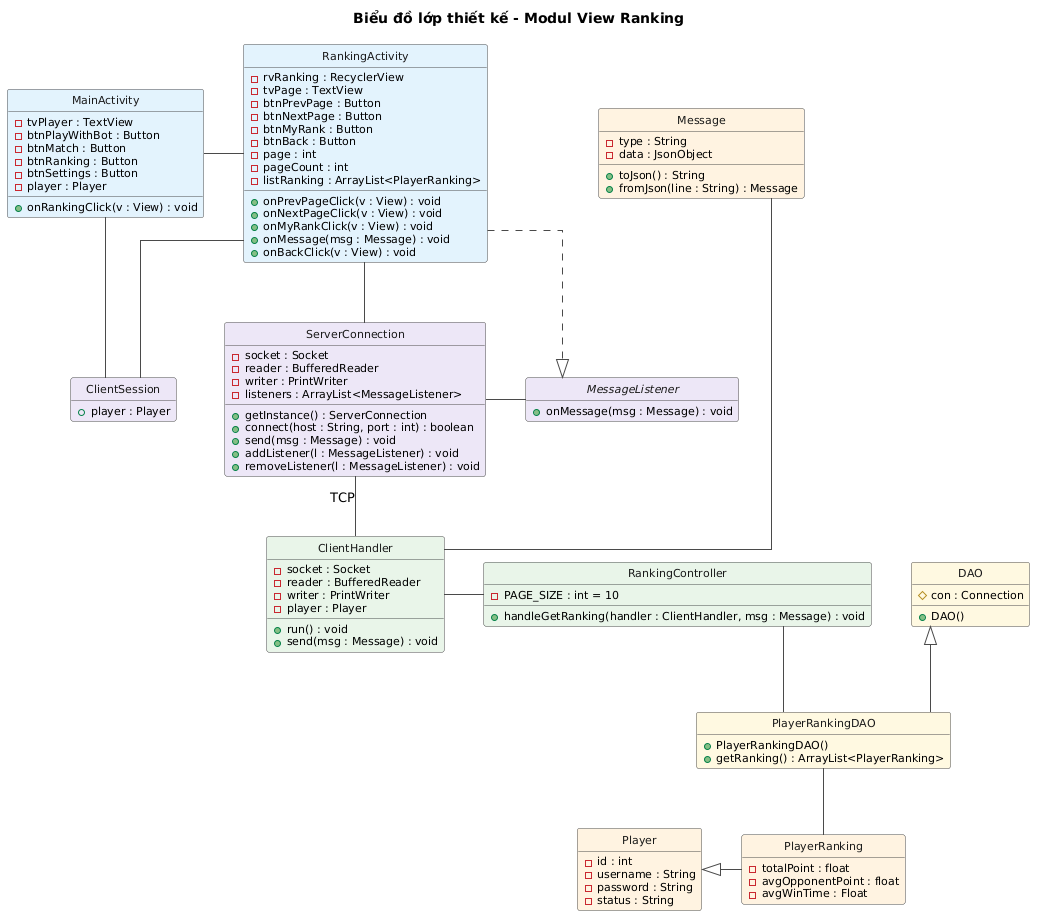
Before: docs/uml/pha3/class-design-m2.png, a diagram exported from PlantUML (VattenL/mobile-pikachu).
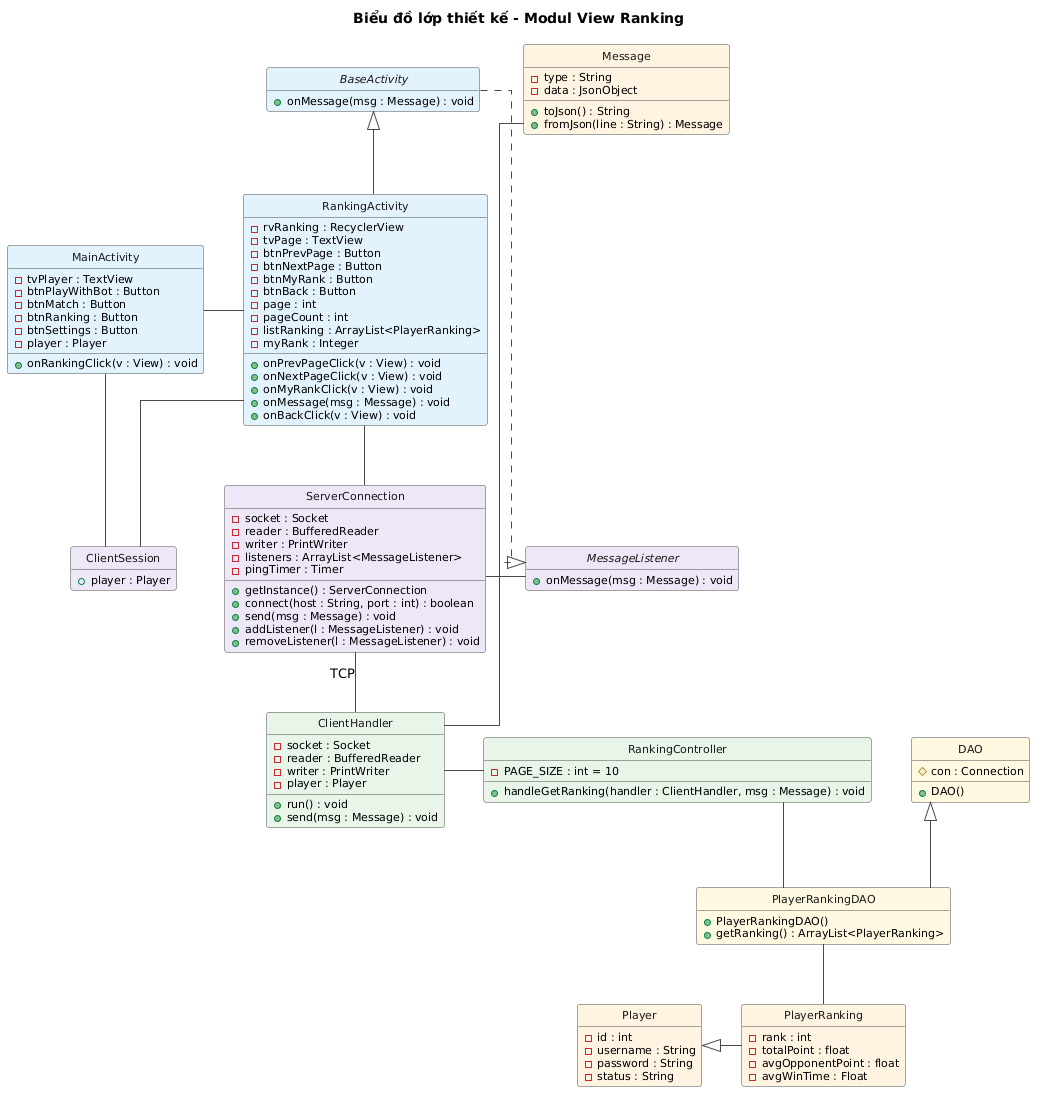
The same file after the commit.

What changed in the source:
```diff
@@ -25,6 +25,10 @@
   + onRankingClick(v : View) : void
 }
 
+abstract class BaseActivity #E3F2FD {
+  + onMessage(msg : Message) : void
+}
+
 class RankingActivity #E3F2FD {
   - rvRanking : RecyclerView
   - tvPage : TextView
@@ -35,6 +39,7 @@
   - page : int
   - pageCount : int
   - listRanking : ArrayList<PlayerRanking>
+  - myRank : Integer
   + onPrevPageClick(v : View) : void
   + onNextPageClick(v : View) : void
   + onMyRankClick(v : View) : void
@@ -47,6 +52,7 @@
   - reader : BufferedReader
   - writer : PrintWriter
   - listeners : ArrayList<MessageListener>
+  - pingTimer : Timer
   + getInstance() : ServerConnection
   + connect(host : String, port : int) : boolean
   + send(msg : Message) : void
@@ -101,13 +107,15 @@
 }
 
 class PlayerRanking #FFF3E0 {
+  - rank : int
   - totalPoint : float
   - avgOpponentPoint : float
   - avgWinTime : Float
 }
 
 MainActivity -right- RankingActivity
-RankingActivity ..|> MessageListener
+RankingActivity -up-|> BaseActivity
+BaseActivity ..|> MessageListener
 
 RankingActivity -down- ServerConnection
 MainActivity -down- ClientSession
```
